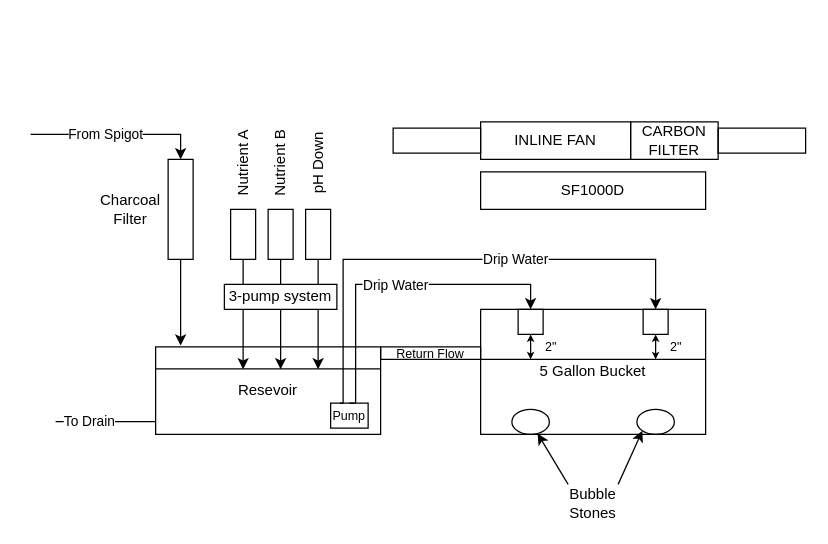
This is Hydroponics.drawio from TristanAsbury/AutomatedHydroponics, a draw.io file, before an edit. Source tidied: cells renumbered, new cells numbered last; positions are measured from the earlier drawing's top-left corner, leaving out a move shared by most shapes. Both pictures are drawn from the tidied source at 125%, with x=0, y=0 at pixel (30, 121).
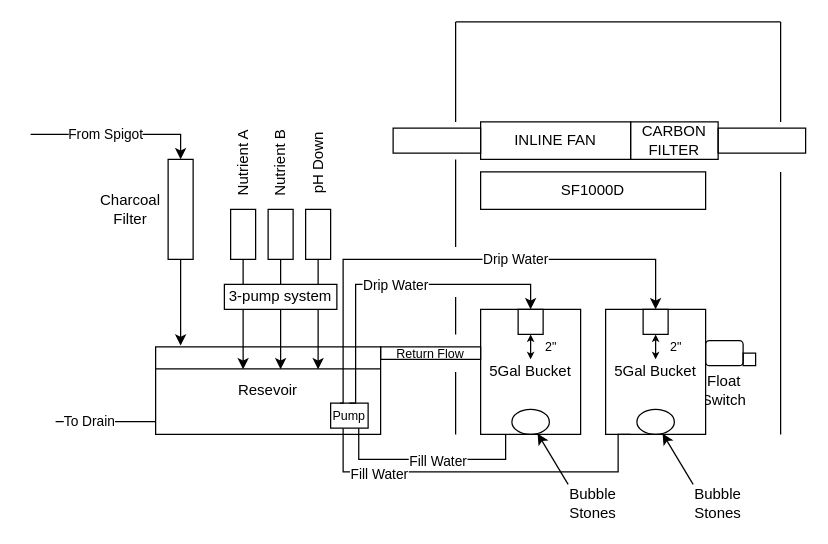
The same diagram, later.

The change refers to these unchanged cells:
```xml
<mxCell id="18" value="&lt;font style=&quot;font-size: 10px;&quot;&gt;Pump&lt;/font&gt;" style="rounded=0;whiteSpace=wrap;html=1;fillColor=none;" parent="1" vertex="1">
  <mxGeometry x="240" y="225" width="30" height="20" as="geometry" />
</mxCell>
```

Diff of the diagram source:
```diff
@@
-    <mxCell id="2" value="5 Gallon Bucket" style="rounded=0;whiteSpace=wrap;html=1;" parent="1" vertex="1">
-      <mxGeometry x="360" y="150" width="180" height="100" as="geometry" />
+    <mxCell id="2" value="5Gal Bucket" style="rounded=0;whiteSpace=wrap;html=1;" parent="1" vertex="1">
+      <mxGeometry x="360" y="150" width="80" height="100" as="geometry" />
     </mxCell>
@@
-    <mxCell id="9" style="ellipse;whiteSpace=wrap;html=1;fillColor=none;" parent="1" vertex="1">
-      <mxGeometry x="485" y="230" width="30" height="20" as="geometry" />
-    </mxCell>
@@
-    <mxCell id="13" style="endArrow=classic;html=1;rounded=0;edgeStyle=orthogonalEdgeStyle;exitX=0.25;exitY=0;exitDx=0;exitDy=0;" parent="1" edge="1" source="18" target="15">
+    <mxCell id="13" style="endArrow=classic;html=1;rounded=0;edgeStyle=orthogonalEdgeStyle;exitX=0.25;exitY=0;exitDx=0;exitDy=0;" parent="1" edge="1" source="18">
       <mxGeometry relative="1" as="geometry">
+        <mxPoint x="500" y="150" as="targetPoint" />
         <Array as="points">
           <mxPoint x="250" y="225" />
           <mxPoint x="250" y="110" />
           <mxPoint x="500" y="110" />
         </Array>
       </mxGeometry>
     </mxCell>
@@
-    <mxCell id="15" style="rounded=0;whiteSpace=wrap;html=1;fillColor=none;" parent="1" vertex="1">
-      <mxGeometry x="490" y="150" width="20" height="20" as="geometry" />
-    </mxCell>
@@
-    <mxCell id="19" style="endArrow=none;html=1;rounded=0;exitX=0;exitY=0.5;exitDx=0;exitDy=0;entryX=1;entryY=0.5;entryDx=0;entryDy=0;" parent="1" edge="1">
-      <mxGeometry relative="1" as="geometry">
-        <mxPoint x="360" y="190" as="sourcePoint" />
-        <mxPoint x="540" y="190" as="targetPoint" />
-      </mxGeometry>
-    </mxCell>
@@
-    <mxCell id="21" style="endArrow=classic;html=1;rounded=0;entryX=0;entryY=1;entryDx=0;entryDy=0;" parent="1" edge="1" target="9">
-      <mxGeometry relative="1" as="geometry">
-        <mxPoint x="470" y="290" as="sourcePoint" />
-      </mxGeometry>
-    </mxCell>
@@
-    <mxCell id="36" style="endArrow=classic;startArrow=classic;html=1;rounded=0;startSize=3;endSize=3;entryX=0.5;entryY=1;entryDx=0;entryDy=0;" parent="1" edge="1">
-      <mxGeometry relative="1" as="geometry">
-        <mxPoint x="500" y="190" as="sourcePoint" />
-        <mxPoint x="500" y="170" as="targetPoint" />
-      </mxGeometry>
-    </mxCell>
-    <mxCell id="37" value="&lt;font style=&quot;font-size: 10px;&quot;&gt;2&quot;&lt;/font&gt;" style="text;html=1;whiteSpace=wrap;strokeColor=none;fillColor=none;align=left;verticalAlign=middle;rounded=0;" parent="1" vertex="1">
-      <mxGeometry x="510" y="175" width="20" height="10" as="geometry" />
-    </mxCell>
@@
+    <mxCell id="45" style="rounded=1;whiteSpace=wrap;html=1;fillColor=none;" parent="1" vertex="1">
+      <mxGeometry x="540" y="175" width="30" height="20" as="geometry" />
+    </mxCell>
+    <mxCell id="46" style="rounded=0;whiteSpace=wrap;html=1;fillColor=none;" parent="1" vertex="1">
+      <mxGeometry x="570" y="185" width="10" height="10" as="geometry" />
+    </mxCell>
+    <mxCell id="47" value="Float Switch" style="text;html=1;whiteSpace=wrap;strokeColor=none;fillColor=none;align=center;verticalAlign=middle;rounded=0;" parent="1" vertex="1">
+      <mxGeometry x="525" y="200" width="60" height="30" as="geometry" />
+    </mxCell>
+    <mxCell id="48" style="endArrow=none;html=1;rounded=0;" parent="1" edge="1">
+      <mxGeometry relative="1" as="geometry">
+        <mxPoint x="340" y="100" as="sourcePoint" />
+        <mxPoint x="340" y="30" as="targetPoint" />
+      </mxGeometry>
+    </mxCell>
+    <mxCell id="49" style="endArrow=none;html=1;rounded=0;" parent="1" edge="1">
+      <mxGeometry relative="1" as="geometry">
+        <mxPoint x="340" y="170" as="sourcePoint" />
+        <mxPoint x="340" y="140" as="targetPoint" />
+      </mxGeometry>
+    </mxCell>
+    <mxCell id="50" style="endArrow=none;html=1;rounded=0;" parent="1" edge="1">
+      <mxGeometry relative="1" as="geometry">
+        <mxPoint x="340" y="250" as="sourcePoint" />
+        <mxPoint x="340" y="200" as="targetPoint" />
+      </mxGeometry>
+    </mxCell>
+    <mxCell id="51" style="endArrow=none;html=1;rounded=0;" parent="1" edge="1">
+      <mxGeometry relative="1" as="geometry">
+        <mxPoint x="340" as="sourcePoint" />
+        <mxPoint x="340" y="-80" as="targetPoint" />
+      </mxGeometry>
+    </mxCell>
+    <mxCell id="52" style="endArrow=none;html=1;rounded=0;" parent="1" edge="1">
+      <mxGeometry relative="1" as="geometry">
+        <mxPoint x="600" y="-80" as="sourcePoint" />
+        <mxPoint x="340" y="-80" as="targetPoint" />
+      </mxGeometry>
+    </mxCell>
+    <mxCell id="53" style="endArrow=none;html=1;rounded=0;" parent="1" edge="1">
+      <mxGeometry relative="1" as="geometry">
+        <mxPoint x="600" as="sourcePoint" />
+        <mxPoint x="600" y="-80" as="targetPoint" />
+      </mxGeometry>
+    </mxCell>
+    <mxCell id="54" style="endArrow=none;html=1;rounded=0;" parent="1" edge="1">
+      <mxGeometry relative="1" as="geometry">
+        <mxPoint x="600" y="250" as="sourcePoint" />
+        <mxPoint x="600" y="40" as="targetPoint" />
+      </mxGeometry>
+    </mxCell>
+    <mxCell id="55" value="5Gal Bucket" style="rounded=0;whiteSpace=wrap;html=1;" parent="1" vertex="1">
+      <mxGeometry x="460" y="150" width="80" height="100" as="geometry" />
+    </mxCell>
+    <mxCell id="9" style="ellipse;whiteSpace=wrap;html=1;fillColor=none;" parent="1" vertex="1">
+      <mxGeometry x="485" y="230" width="30" height="20" as="geometry" />
+    </mxCell>
+    <mxCell id="15" style="rounded=0;whiteSpace=wrap;html=1;fillColor=none;" parent="1" vertex="1">
+      <mxGeometry x="490" y="150" width="20" height="20" as="geometry" />
+    </mxCell>
+    <mxCell id="56" style="endArrow=classic;html=1;rounded=0;" parent="1" edge="1" target="9">
+      <mxGeometry relative="1" as="geometry">
+        <mxPoint x="530" y="290" as="sourcePoint" />
+      </mxGeometry>
+    </mxCell>
+    <mxCell id="57" value="Bubble Stones" style="text;html=1;whiteSpace=wrap;strokeColor=none;fillColor=none;align=center;verticalAlign=middle;rounded=0;" parent="1" vertex="1">
+      <mxGeometry x="520" y="290" width="60" height="30" as="geometry" />
+    </mxCell>
+    <mxCell id="58" style="endArrow=classic;startArrow=classic;html=1;rounded=0;startSize=3;endSize=3;entryX=0.5;entryY=1;entryDx=0;entryDy=0;" parent="1" edge="1" target="15">
+      <mxGeometry relative="1" as="geometry">
+        <mxPoint x="500" y="190" as="sourcePoint" />
+      </mxGeometry>
+    </mxCell>
+    <mxCell id="37" value="&lt;font style=&quot;font-size: 10px;&quot;&gt;2&quot;&lt;/font&gt;" style="text;html=1;whiteSpace=wrap;strokeColor=none;fillColor=none;align=left;verticalAlign=middle;rounded=0;" parent="1" vertex="1">
+      <mxGeometry x="510" y="175" width="20" height="10" as="geometry" />
+    </mxCell>
+    <mxCell id="59" style="endArrow=none;html=1;rounded=0;exitX=0.75;exitY=1;exitDx=0;exitDy=0;entryX=0.25;entryY=1;entryDx=0;entryDy=0;edgeStyle=orthogonalEdgeStyle;" parent="1" edge="1" source="18" target="2">
+      <mxGeometry relative="1" as="geometry">
+        <Array as="points">
+          <mxPoint x="263" y="270" />
+          <mxPoint x="380" y="270" />
+        </Array>
+      </mxGeometry>
+    </mxCell>
+    <mxCell id="60" value="Fill Water" style="edgeLabel;html=1;align=center;verticalAlign=middle;" parent="59" vertex="1">
+      <mxGeometry x="0.08" y="-1" relative="1" as="geometry" />
+    </mxCell>
+    <mxCell id="61" style="endArrow=none;html=1;rounded=0;exitX=0.75;exitY=1;exitDx=0;exitDy=0;entryX=0.25;entryY=1;entryDx=0;entryDy=0;edgeStyle=orthogonalEdgeStyle;" parent="1" edge="1" target="55">
+      <mxGeometry relative="1" as="geometry">
+        <mxPoint x="250" y="245" as="sourcePoint" />
+        <Array as="points">
+          <mxPoint x="250" y="280" />
+          <mxPoint x="470" y="280" />
+          <mxPoint x="470" y="250" />
+        </Array>
+      </mxGeometry>
+    </mxCell>
+    <mxCell id="62" value="Fill Water" style="edgeLabel;html=1;align=center;verticalAlign=middle;" parent="61" vertex="1">
+      <mxGeometry x="-0.57" y="-1" relative="1" as="geometry" />
+    </mxCell>
```
